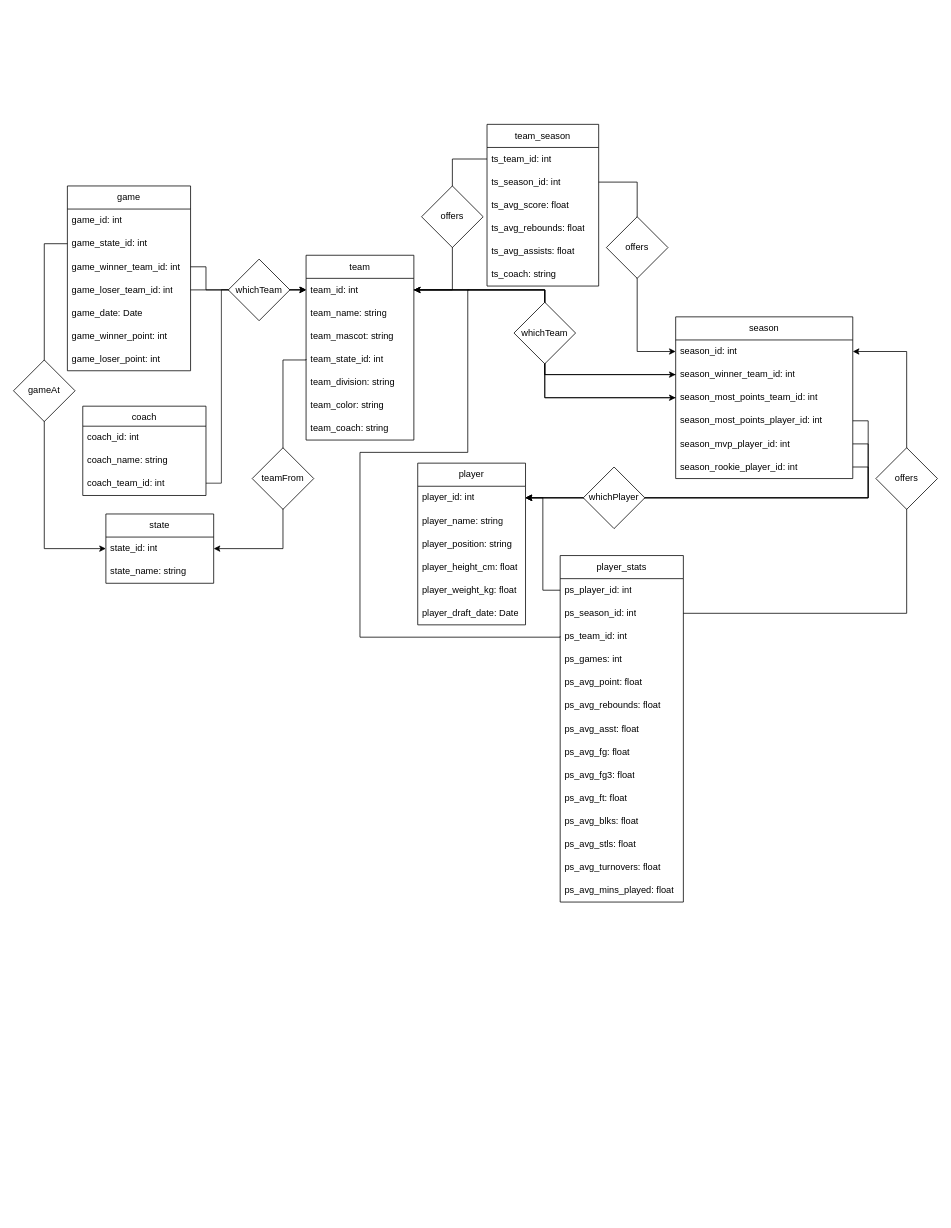
Fin-NewWin/cse111-project keeps this draw.io diagram as er_diagram.drawio. Above is the earlier version. Source tidied: cells renumbered, new cells numbered last; positions are measured from the earlier drawing's top-left corner, leaving out a move shared by most shapes. Both pictures are drawn from the tidied source at 77%, with x=0, y=0 at pixel (13, 124).
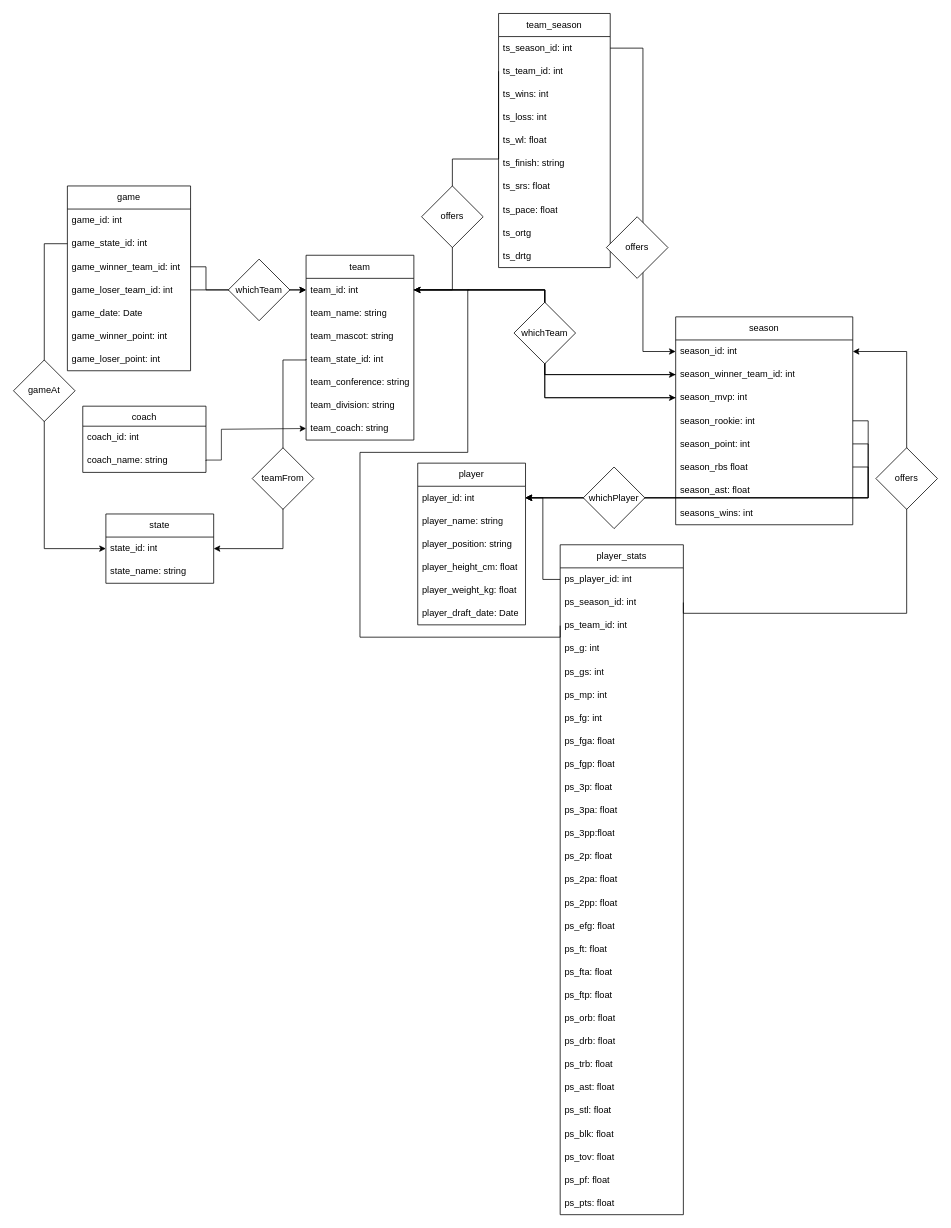
The same diagram, later.

The change refers to these unchanged cells:
```xml
<mxCell id="2" value="team" style="swimlane;fontStyle=0;horizontal=1;startSize=30;whiteSpace=wrap;html=1;" parent="1" vertex="1">
  <mxGeometry x="380" y="170" width="140" height="240" as="geometry" />
</mxCell>
<mxCell id="9" value="team_coach: string" style="text;strokeColor=none;fillColor=none;align=left;verticalAlign=middle;spacingLeft=4;spacingRight=4;overflow=hidden;points=[[0,0.5],[1,0.5]];portConstraint=eastwest;whiteSpace=wrap;html=1;" parent="2" vertex="1">
  <mxGeometry y="210" width="140" height="30" as="geometry" />
</mxCell>
<mxCell id="82" value="coach_name: string" style="text;strokeColor=none;fillColor=none;spacingLeft=4;spacingRight=4;overflow=hidden;points=[[0,0.5],[1,0.5]];portConstraint=eastwest;fontSize=12;whiteSpace=wrap;html=1;" parent="80" vertex="1">
  <mxGeometry y="56" width="160" height="30" as="geometry" />
</mxCell>
```

The edit, as a diff of the source:
```diff
@@
+    <mxCell id="8" value="team_conference: string" style="text;strokeColor=none;fillColor=none;align=left;verticalAlign=middle;spacingLeft=4;spacingRight=4;overflow=hidden;whiteSpace=wrap;html=1;" parent="2" vertex="1">
+      <mxGeometry y="150" width="140" height="30" as="geometry" />
+    </mxCell>
     <mxCell id="7" value="team_division: string" style="text;strokeColor=none;fillColor=none;align=left;verticalAlign=middle;spacingLeft=4;spacingRight=4;overflow=hidden;whiteSpace=wrap;html=1;" parent="2" vertex="1">
-      <mxGeometry y="150" width="140" height="30" as="geometry" />
+      <mxGeometry y="180" width="140" height="30" as="geometry" />
     </mxCell>
-    <mxCell id="8" value="team_color: string" style="text;strokeColor=none;fillColor=none;align=left;verticalAlign=middle;spacingLeft=4;spacingRight=4;overflow=hidden;whiteSpace=wrap;html=1;" parent="2" vertex="1">
-      <mxGeometry y="180" width="140" height="30" as="geometry" />
-    </mxCell>
@@
     <mxCell id="27" value="player_stats" style="swimlane;fontStyle=0;horizontal=1;startSize=30;whiteSpace=wrap;html=1;" parent="1" vertex="1">
-      <mxGeometry x="710" y="560" width="160" height="450" as="geometry" />
+      <mxGeometry x="710" y="546" width="160" height="870" as="geometry" />
     </mxCell>
@@
-    <mxCell id="31" value="ps_games: int" style="text;strokeColor=none;fillColor=none;align=left;verticalAlign=middle;spacingLeft=4;spacingRight=4;overflow=hidden;whiteSpace=wrap;html=1;" parent="27" vertex="1">
+    <mxCell id="31" value="ps_g: int" style="text;strokeColor=none;fillColor=none;align=left;verticalAlign=middle;spacingLeft=4;spacingRight=4;overflow=hidden;whiteSpace=wrap;html=1;" parent="27" vertex="1">
       <mxGeometry y="120" width="160" height="30" as="geometry" />
     </mxCell>
-    <mxCell id="32" value="ps_avg_point: float" style="text;strokeColor=none;fillColor=none;align=left;verticalAlign=middle;spacingLeft=4;spacingRight=4;overflow=hidden;whiteSpace=wrap;html=1;" parent="27" vertex="1">
+    <mxCell id="32" value="ps_gs: int" style="text;strokeColor=none;fillColor=none;align=left;verticalAlign=middle;spacingLeft=4;spacingRight=4;overflow=hidden;whiteSpace=wrap;html=1;" parent="27" vertex="1">
       <mxGeometry y="150" width="160" height="30" as="geometry" />
     </mxCell>
-    <mxCell id="33" value="ps_avg_rebounds: float" style="text;strokeColor=none;fillColor=none;align=left;verticalAlign=middle;spacingLeft=4;spacingRight=4;overflow=hidden;whiteSpace=wrap;html=1;" parent="27" vertex="1">
+    <mxCell id="33" value="ps_mp: int" style="text;strokeColor=none;fillColor=none;align=left;verticalAlign=middle;spacingLeft=4;spacingRight=4;overflow=hidden;whiteSpace=wrap;html=1;" parent="27" vertex="1">
       <mxGeometry y="180" width="160" height="30" as="geometry" />
     </mxCell>
-    <mxCell id="34" value="ps_avg_asst: float" style="text;strokeColor=none;fillColor=none;align=left;verticalAlign=middle;spacingLeft=4;spacingRight=4;overflow=hidden;whiteSpace=wrap;html=1;" parent="27" vertex="1">
+    <mxCell id="34" value="ps_fg: int" style="text;strokeColor=none;fillColor=none;align=left;verticalAlign=middle;spacingLeft=4;spacingRight=4;overflow=hidden;whiteSpace=wrap;html=1;" parent="27" vertex="1">
       <mxGeometry y="210" width="160" height="30" as="geometry" />
     </mxCell>
-    <mxCell id="35" value="ps_avg_fg: float" style="text;strokeColor=none;fillColor=none;align=left;verticalAlign=middle;spacingLeft=4;spacingRight=4;overflow=hidden;whiteSpace=wrap;html=1;" parent="27" vertex="1">
+    <mxCell id="35" value="ps_fga: float" style="text;strokeColor=none;fillColor=none;align=left;verticalAlign=middle;spacingLeft=4;spacingRight=4;overflow=hidden;whiteSpace=wrap;html=1;" parent="27" vertex="1">
       <mxGeometry y="240" width="160" height="30" as="geometry" />
     </mxCell>
-    <mxCell id="36" value="ps_avg_fg3: float" style="text;strokeColor=none;fillColor=none;align=left;verticalAlign=middle;spacingLeft=4;spacingRight=4;overflow=hidden;whiteSpace=wrap;html=1;" parent="27" vertex="1">
+    <mxCell id="36" value="ps_fgp: float" style="text;strokeColor=none;fillColor=none;align=left;verticalAlign=middle;spacingLeft=4;spacingRight=4;overflow=hidden;whiteSpace=wrap;html=1;" parent="27" vertex="1">
       <mxGeometry y="270" width="160" height="30" as="geometry" />
     </mxCell>
-    <mxCell id="37" value="ps_avg_ft: float" style="text;strokeColor=none;fillColor=none;align=left;verticalAlign=middle;spacingLeft=4;spacingRight=4;overflow=hidden;whiteSpace=wrap;html=1;strokeWidth=0;" parent="27" vertex="1">
+    <mxCell id="37" value="ps_3p: float" style="text;strokeColor=none;fillColor=none;align=left;verticalAlign=middle;spacingLeft=4;spacingRight=4;overflow=hidden;whiteSpace=wrap;html=1;strokeWidth=0;" parent="27" vertex="1">
       <mxGeometry y="300" width="160" height="30" as="geometry" />
     </mxCell>
-    <mxCell id="38" value="ps_avg_blks: float" style="text;strokeColor=none;fillColor=none;align=left;verticalAlign=middle;spacingLeft=4;spacingRight=4;overflow=hidden;whiteSpace=wrap;html=1;strokeWidth=0;" parent="27" vertex="1">
+    <mxCell id="38" value="ps_3pa: float" style="text;strokeColor=none;fillColor=none;align=left;verticalAlign=middle;spacingLeft=4;spacingRight=4;overflow=hidden;whiteSpace=wrap;html=1;strokeWidth=0;" parent="27" vertex="1">
       <mxGeometry y="330" width="160" height="30" as="geometry" />
     </mxCell>
-    <mxCell id="39" value="ps_avg_stls: float" style="text;strokeColor=none;fillColor=none;align=left;verticalAlign=middle;spacingLeft=4;spacingRight=4;overflow=hidden;whiteSpace=wrap;html=1;strokeWidth=0;" parent="27" vertex="1">
+    <mxCell id="39" value="&lt;div&gt;ps_3pp:float&lt;/div&gt;" style="text;strokeColor=none;fillColor=none;align=left;verticalAlign=middle;spacingLeft=4;spacingRight=4;overflow=hidden;whiteSpace=wrap;html=1;strokeWidth=0;" parent="27" vertex="1">
       <mxGeometry y="360" width="160" height="30" as="geometry" />
     </mxCell>
-    <mxCell id="40" value="ps_avg_turnovers: float" style="text;strokeColor=none;fillColor=none;align=left;verticalAlign=middle;spacingLeft=4;spacingRight=4;overflow=hidden;whiteSpace=wrap;html=1;strokeWidth=0;" parent="27" vertex="1">
+    <mxCell id="40" value="ps_2p: float" style="text;strokeColor=none;fillColor=none;align=left;verticalAlign=middle;spacingLeft=4;spacingRight=4;overflow=hidden;whiteSpace=wrap;html=1;strokeWidth=0;" parent="27" vertex="1">
       <mxGeometry y="390" width="160" height="30" as="geometry" />
     </mxCell>
-    <mxCell id="41" value="ps_avg_mins_played: float" style="text;strokeColor=none;fillColor=none;align=left;verticalAlign=middle;spacingLeft=4;spacingRight=4;overflow=hidden;whiteSpace=wrap;html=1;strokeWidth=0;" parent="27" vertex="1">
+    <mxCell id="41" value="ps_2pa: float" style="text;strokeColor=none;fillColor=none;align=left;verticalAlign=middle;spacingLeft=4;spacingRight=4;overflow=hidden;whiteSpace=wrap;html=1;strokeWidth=0;" parent="27" vertex="1">
       <mxGeometry y="420" width="160" height="30" as="geometry" />
     </mxCell>
+    <mxCell id="86" value="ps_2pp: float" style="text;strokeColor=none;fillColor=none;align=left;verticalAlign=middle;spacingLeft=4;spacingRight=4;overflow=hidden;whiteSpace=wrap;html=1;strokeWidth=0;" parent="27" vertex="1">
+      <mxGeometry y="450" width="160" height="30" as="geometry" />
+    </mxCell>
+    <mxCell id="87" value="ps_efg: float" style="text;strokeColor=none;fillColor=none;align=left;verticalAlign=middle;spacingLeft=4;spacingRight=4;overflow=hidden;whiteSpace=wrap;html=1;strokeWidth=0;" parent="27" vertex="1">
+      <mxGeometry y="480" width="160" height="30" as="geometry" />
+    </mxCell>
+    <mxCell id="88" value="ps_ft: float" style="text;strokeColor=none;fillColor=none;align=left;verticalAlign=middle;spacingLeft=4;spacingRight=4;overflow=hidden;whiteSpace=wrap;html=1;strokeWidth=0;" parent="27" vertex="1">
+      <mxGeometry y="510" width="160" height="30" as="geometry" />
+    </mxCell>
+    <mxCell id="89" value="ps_fta: float" style="text;strokeColor=none;fillColor=none;align=left;verticalAlign=middle;spacingLeft=4;spacingRight=4;overflow=hidden;whiteSpace=wrap;html=1;strokeWidth=0;" parent="27" vertex="1">
+      <mxGeometry y="540" width="160" height="30" as="geometry" />
+    </mxCell>
+    <mxCell id="90" value="ps_ftp: float" style="text;strokeColor=none;fillColor=none;align=left;verticalAlign=middle;spacingLeft=4;spacingRight=4;overflow=hidden;whiteSpace=wrap;html=1;strokeWidth=0;" parent="27" vertex="1">
+      <mxGeometry y="570" width="160" height="30" as="geometry" />
+    </mxCell>
+    <mxCell id="91" value="ps_orb: float" style="text;strokeColor=none;fillColor=none;align=left;verticalAlign=middle;spacingLeft=4;spacingRight=4;overflow=hidden;whiteSpace=wrap;html=1;strokeWidth=0;" parent="27" vertex="1">
+      <mxGeometry y="600" width="160" height="30" as="geometry" />
+    </mxCell>
+    <mxCell id="92" value="ps_drb: float" style="text;strokeColor=none;fillColor=none;align=left;verticalAlign=middle;spacingLeft=4;spacingRight=4;overflow=hidden;whiteSpace=wrap;html=1;strokeWidth=0;" parent="27" vertex="1">
+      <mxGeometry y="630" width="160" height="30" as="geometry" />
+    </mxCell>
+    <mxCell id="93" value="ps_trb: float" style="text;strokeColor=none;fillColor=none;align=left;verticalAlign=middle;spacingLeft=4;spacingRight=4;overflow=hidden;whiteSpace=wrap;html=1;strokeWidth=0;" parent="27" vertex="1">
+      <mxGeometry y="660" width="160" height="30" as="geometry" />
+    </mxCell>
+    <mxCell id="94" value="ps_ast: float" style="text;strokeColor=none;fillColor=none;align=left;verticalAlign=middle;spacingLeft=4;spacingRight=4;overflow=hidden;whiteSpace=wrap;html=1;strokeWidth=0;" parent="27" vertex="1">
+      <mxGeometry y="690" width="160" height="30" as="geometry" />
+    </mxCell>
+    <mxCell id="95" value="ps_stl: float" style="text;strokeColor=none;fillColor=none;align=left;verticalAlign=middle;spacingLeft=4;spacingRight=4;overflow=hidden;whiteSpace=wrap;html=1;strokeWidth=0;" parent="27" vertex="1">
+      <mxGeometry y="720" width="160" height="30" as="geometry" />
+    </mxCell>
+    <mxCell id="96" value="ps_blk: float" style="text;strokeColor=none;fillColor=none;align=left;verticalAlign=middle;spacingLeft=4;spacingRight=4;overflow=hidden;whiteSpace=wrap;html=1;strokeWidth=0;" parent="27" vertex="1">
+      <mxGeometry y="750" width="160" height="30" as="geometry" />
+    </mxCell>
+    <mxCell id="97" value="ps_tov: float" style="text;strokeColor=none;fillColor=none;align=left;verticalAlign=middle;spacingLeft=4;spacingRight=4;overflow=hidden;whiteSpace=wrap;html=1;strokeWidth=0;" parent="27" vertex="1">
+      <mxGeometry y="780" width="160" height="30" as="geometry" />
+    </mxCell>
+    <mxCell id="98" value="ps_pf: float" style="text;strokeColor=none;fillColor=none;align=left;verticalAlign=middle;spacingLeft=4;spacingRight=4;overflow=hidden;whiteSpace=wrap;html=1;strokeWidth=0;" parent="27" vertex="1">
+      <mxGeometry y="810" width="160" height="30" as="geometry" />
+    </mxCell>
+    <mxCell id="99" value="ps_pts: float" style="text;strokeColor=none;fillColor=none;align=left;verticalAlign=middle;spacingLeft=4;spacingRight=4;overflow=hidden;whiteSpace=wrap;html=1;strokeWidth=0;" parent="27" vertex="1">
+      <mxGeometry y="840" width="160" height="30" as="geometry" />
+    </mxCell>
     <mxCell id="42" value="season" style="swimlane;fontStyle=0;horizontal=1;startSize=30;whiteSpace=wrap;html=1;" parent="1" vertex="1">
-      <mxGeometry x="860" y="250" width="230" height="210" as="geometry" />
+      <mxGeometry x="860" y="250" width="230" height="270" as="geometry" />
     </mxCell>
@@
-    <mxCell id="45" value="season_most_points_team_id: int" style="text;strokeColor=none;fillColor=none;align=left;verticalAlign=middle;spacingLeft=4;spacingRight=4;overflow=hidden;points=[[0,0.5],[1,0.5]];portConstraint=eastwest;whiteSpace=wrap;html=1;" parent="42" vertex="1">
+    <mxCell id="45" value="season_mvp: int" style="text;strokeColor=none;fillColor=none;align=left;verticalAlign=middle;spacingLeft=4;spacingRight=4;overflow=hidden;points=[[0,0.5],[1,0.5]];portConstraint=eastwest;whiteSpace=wrap;html=1;" parent="42" vertex="1">
       <mxGeometry y="90" width="230" height="30" as="geometry" />
     </mxCell>
-    <mxCell id="46" value="season_most_points_player_id: int" style="text;strokeColor=none;fillColor=none;align=left;verticalAlign=middle;spacingLeft=4;spacingRight=4;overflow=hidden;points=[[0,0.5],[1,0.5]];portConstraint=eastwest;whiteSpace=wrap;html=1;" parent="42" vertex="1">
+    <mxCell id="46" value="season_rookie: int" style="text;strokeColor=none;fillColor=none;align=left;verticalAlign=middle;spacingLeft=4;spacingRight=4;overflow=hidden;points=[[0,0.5],[1,0.5]];portConstraint=eastwest;whiteSpace=wrap;html=1;" parent="42" vertex="1">
       <mxGeometry y="120" width="230" height="30" as="geometry" />
     </mxCell>
-    <mxCell id="47" value="season_mvp_player_id: int" style="text;strokeColor=none;fillColor=none;align=left;verticalAlign=middle;spacingLeft=4;spacingRight=4;overflow=hidden;points=[[0,0.5],[1,0.5]];portConstraint=eastwest;whiteSpace=wrap;html=1;" parent="42" vertex="1">
+    <mxCell id="47" value="season_point: int" style="text;strokeColor=none;fillColor=none;align=left;verticalAlign=middle;spacingLeft=4;spacingRight=4;overflow=hidden;points=[[0,0.5],[1,0.5]];portConstraint=eastwest;whiteSpace=wrap;html=1;" parent="42" vertex="1">
       <mxGeometry y="150" width="230" height="30" as="geometry" />
     </mxCell>
-    <mxCell id="48" value="season_rookie_player_id: int" style="text;strokeColor=none;fillColor=none;align=left;verticalAlign=middle;spacingLeft=4;spacingRight=4;overflow=hidden;points=[[0,0.5],[1,0.5]];portConstraint=eastwest;whiteSpace=wrap;html=1;" parent="42" vertex="1">
+    <mxCell id="48" value="season_rbs float" style="text;strokeColor=none;fillColor=none;align=left;verticalAlign=middle;spacingLeft=4;spacingRight=4;overflow=hidden;points=[[0,0.5],[1,0.5]];portConstraint=eastwest;whiteSpace=wrap;html=1;" parent="42" vertex="1">
       <mxGeometry y="180" width="230" height="30" as="geometry" />
     </mxCell>
+    <mxCell id="100" value="season_ast: float" style="text;strokeColor=none;fillColor=none;align=left;verticalAlign=middle;spacingLeft=4;spacingRight=4;overflow=hidden;whiteSpace=wrap;html=1;" parent="42" vertex="1">
+      <mxGeometry y="210" width="230" height="30" as="geometry" />
+    </mxCell>
+    <mxCell id="101" value="seasons_wins: int" style="text;strokeColor=none;fillColor=none;align=left;verticalAlign=middle;spacingLeft=4;spacingRight=4;overflow=hidden;whiteSpace=wrap;html=1;" parent="42" vertex="1">
+      <mxGeometry y="240" width="230" height="30" as="geometry" />
+    </mxCell>
@@
     <mxCell id="61" value="team_season" style="swimlane;fontStyle=0;horizontal=1;startSize=30;whiteSpace=wrap;html=1;" parent="1" vertex="1">
-      <mxGeometry x="615" width="145" height="210" as="geometry" />
+      <mxGeometry x="630" y="-144" width="145" height="330" as="geometry" />
     </mxCell>
+    <mxCell id="63" value="ts_season_id: int" style="text;strokeColor=none;fillColor=none;align=left;verticalAlign=middle;spacingLeft=4;spacingRight=4;overflow=hidden;points=[[0,0.5],[1,0.5]];portConstraint=eastwest;whiteSpace=wrap;html=1;" parent="61" vertex="1">
+      <mxGeometry y="30" width="145" height="30" as="geometry" />
+    </mxCell>
     <mxCell id="62" value="ts_team_id: int" style="text;strokeColor=none;fillColor=none;align=left;verticalAlign=middle;spacingLeft=4;spacingRight=4;overflow=hidden;points=[[0,0.5],[1,0.5]];portConstraint=eastwest;whiteSpace=wrap;html=1;" parent="61" vertex="1">
-      <mxGeometry y="30" width="145" height="30" as="geometry" />
+      <mxGeometry y="60" width="145" height="30" as="geometry" />
     </mxCell>
-    <mxCell id="63" value="ts_season_id: int" style="text;strokeColor=none;fillColor=none;align=left;verticalAlign=middle;spacingLeft=4;spacingRight=4;overflow=hidden;points=[[0,0.5],[1,0.5]];portConstraint=eastwest;whiteSpace=wrap;html=1;" parent="61" vertex="1">
-      <mxGeometry y="60" width="145" height="30" as="geometry" />
-    </mxCell>
-    <mxCell id="64" value="ts_avg_score: float" style="text;strokeColor=none;fillColor=none;align=left;verticalAlign=middle;spacingLeft=4;spacingRight=4;overflow=hidden;whiteSpace=wrap;html=1;" parent="61" vertex="1">
+    <mxCell id="64" value="ts_wins: int" style="text;strokeColor=none;fillColor=none;align=left;verticalAlign=middle;spacingLeft=4;spacingRight=4;overflow=hidden;whiteSpace=wrap;html=1;" parent="61" vertex="1">
       <mxGeometry y="90" width="145" height="30" as="geometry" />
     </mxCell>
-    <mxCell id="65" value="ts_avg_rebounds: float" style="text;strokeColor=none;fillColor=none;align=left;verticalAlign=middle;spacingLeft=4;spacingRight=4;overflow=hidden;whiteSpace=wrap;html=1;" parent="61" vertex="1">
+    <mxCell id="65" value="ts_loss: int" style="text;strokeColor=none;fillColor=none;align=left;verticalAlign=middle;spacingLeft=4;spacingRight=4;overflow=hidden;whiteSpace=wrap;html=1;" parent="61" vertex="1">
       <mxGeometry y="120" width="145" height="30" as="geometry" />
     </mxCell>
-    <mxCell id="66" value="ts_avg_assists: float" style="text;strokeColor=none;fillColor=none;align=left;verticalAlign=middle;spacingLeft=4;spacingRight=4;overflow=hidden;whiteSpace=wrap;html=1;" parent="61" vertex="1">
+    <mxCell id="66" value="ts_wl: float" style="text;strokeColor=none;fillColor=none;align=left;verticalAlign=middle;spacingLeft=4;spacingRight=4;overflow=hidden;whiteSpace=wrap;html=1;" parent="61" vertex="1">
       <mxGeometry y="150" width="145" height="30" as="geometry" />
     </mxCell>
-    <mxCell id="67" value="ts_coach: string" style="text;strokeColor=none;fillColor=none;align=left;verticalAlign=middle;spacingLeft=4;spacingRight=4;overflow=hidden;whiteSpace=wrap;html=1;" parent="61" vertex="1">
+    <mxCell id="67" value="ts_finish: string" style="text;strokeColor=none;fillColor=none;align=left;verticalAlign=middle;spacingLeft=4;spacingRight=4;overflow=hidden;whiteSpace=wrap;html=1;" parent="61" vertex="1">
       <mxGeometry y="180" width="145" height="30" as="geometry" />
     </mxCell>
+    <mxCell id="102" value="ts_srs: float" style="text;strokeColor=none;fillColor=none;align=left;verticalAlign=middle;spacingLeft=4;spacingRight=4;overflow=hidden;whiteSpace=wrap;html=1;" parent="61" vertex="1">
+      <mxGeometry y="210" width="145" height="30" as="geometry" />
+    </mxCell>
+    <mxCell id="103" value="ts_pace: float" style="text;strokeColor=none;fillColor=none;align=left;verticalAlign=middle;spacingLeft=4;spacingRight=4;overflow=hidden;whiteSpace=wrap;html=1;" parent="61" vertex="1">
+      <mxGeometry y="240" width="145" height="30" as="geometry" />
+    </mxCell>
+    <mxCell id="104" value="ts_ortg" style="text;strokeColor=none;fillColor=none;align=left;verticalAlign=middle;spacingLeft=4;spacingRight=4;overflow=hidden;whiteSpace=wrap;html=1;" parent="61" vertex="1">
+      <mxGeometry y="270" width="145" height="30" as="geometry" />
+    </mxCell>
+    <mxCell id="105" value="ts_drtg" style="text;strokeColor=none;fillColor=none;align=left;verticalAlign=middle;spacingLeft=4;spacingRight=4;overflow=hidden;whiteSpace=wrap;html=1;" parent="61" vertex="1">
+      <mxGeometry y="300" width="145" height="30" as="geometry" />
+    </mxCell>
@@
     <mxCell id="80" value="coach" style="swimlane;fontStyle=0;horizontal=1;startSize=26;align=center;fontSize=12;" parent="1" vertex="1">
-      <mxGeometry x="90" y="366" width="160" height="116" as="geometry" />
+      <mxGeometry x="90" y="366" width="160" height="86" as="geometry" />
     </mxCell>
@@
-    <mxCell id="83" value="coach_team_id: int" style="text;strokeColor=none;fillColor=none;spacingLeft=4;spacingRight=4;overflow=hidden;fontSize=12;whiteSpace=wrap;html=1;" parent="80" vertex="1">
-      <mxGeometry y="86" width="160" height="30" as="geometry" />
-    </mxCell>
-    <mxCell id="84" style="edgeStyle=orthogonalEdgeStyle;rounded=0;orthogonalLoop=1;jettySize=auto;html=1;entryX=0;entryY=0.356;entryDx=0;entryDy=0;entryPerimeter=0;strokeWidth=0.9;" parent="1" edge="1">
+    <mxCell id="84" style="edgeStyle=orthogonalEdgeStyle;rounded=0;jettySize=auto;html=1;entryX=0;entryY=0.5;entryDx=0;entryDy=0;strokeWidth=0.9;exitX=1;exitY=0.5;exitDx=0;exitDy=0;" parent="1" edge="1" source="82" target="9">
       <mxGeometry relative="1" as="geometry">
-        <mxPoint x="250" y="466" as="sourcePoint" />
-        <mxPoint x="380" y="214.7" as="targetPoint" />
         <Array as="points">
-          <mxPoint x="270" y="466" />
-          <mxPoint x="270" y="215" />
+          <mxPoint x="250" y="436" />
+          <mxPoint x="270" y="436" />
+          <mxPoint x="270" y="396" />
         </Array>
       </mxGeometry>
     </mxCell>
```
